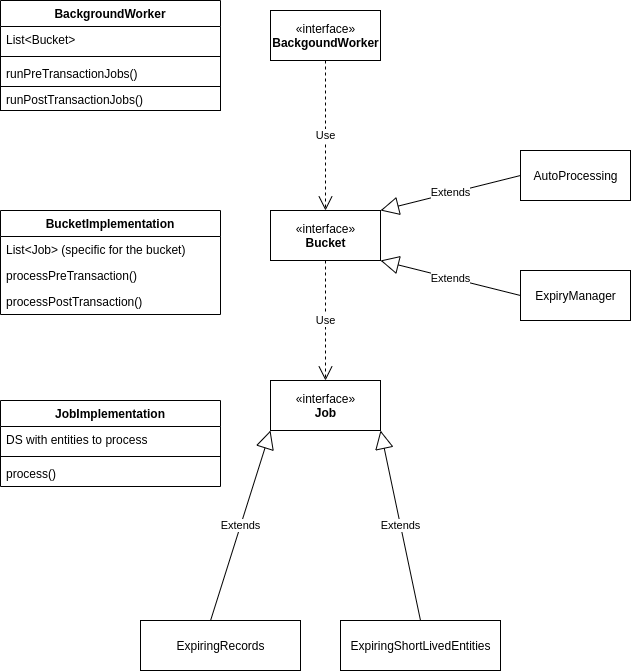
hashgraph/hedera-services keeps this draw.io diagram as docs/expiry-and-auto-renewal/images/expiry_uml.png. Above is the earlier version. Source tidied: cells renumbered, new cells last; positions are measured from the earlier drawing's top-left corner, leaving out a move shared by most shapes.
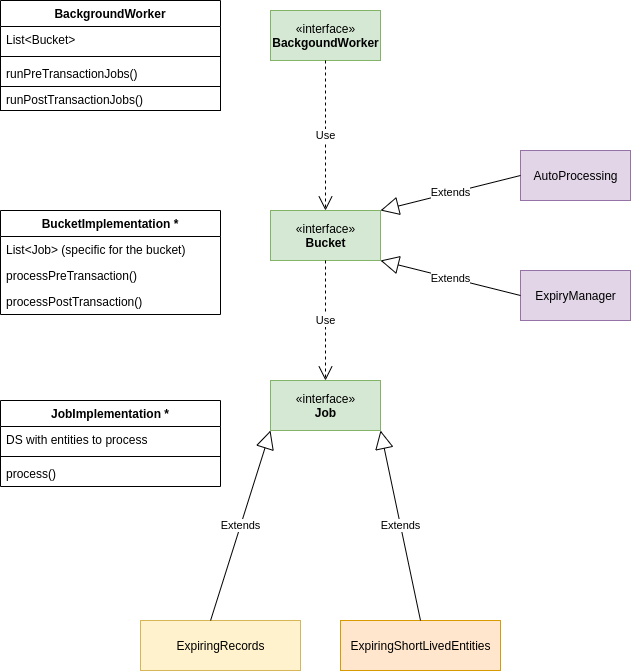
The same diagram one commit later.

What changed in the source:
```diff
@@ -2,19 +2,19 @@
   <root>
     <mxCell id="0" />
     <mxCell id="1" parent="0" />
-    <mxCell id="2" value="«interface»&lt;br&gt;&lt;b&gt;Job&lt;/b&gt;" style="html=1;" parent="1" vertex="1">
+    <mxCell id="2" value="«interface»&lt;br&gt;&lt;b&gt;Job&lt;/b&gt;" style="html=1;fillColor=#d5e8d4;strokeColor=#82b366;" parent="1" vertex="1">
       <mxGeometry x="270" y="380" width="110" height="50" as="geometry" />
     </mxCell>
-    <mxCell id="3" value="«interface»&lt;br&gt;&lt;b&gt;BackgoundWorker&lt;/b&gt;" style="html=1;" parent="1" vertex="1">
+    <mxCell id="3" value="«interface»&lt;br&gt;&lt;b&gt;BackgoundWorker&lt;/b&gt;" style="html=1;fillColor=#d5e8d4;strokeColor=#82b366;" parent="1" vertex="1">
       <mxGeometry x="270" y="10" width="110" height="50" as="geometry" />
     </mxCell>
-    <mxCell id="4" value="«interface»&lt;br&gt;&lt;b&gt;Bucket&lt;/b&gt;" style="html=1;" parent="1" vertex="1">
+    <mxCell id="4" value="«interface»&lt;br&gt;&lt;b&gt;Bucket&lt;/b&gt;" style="html=1;fillColor=#d5e8d4;strokeColor=#82b366;" parent="1" vertex="1">
       <mxGeometry x="270" y="210" width="110" height="50" as="geometry" />
     </mxCell>
-    <mxCell id="5" value="ExpiringRecords" style="html=1;" parent="1" vertex="1">
+    <mxCell id="5" value="ExpiringRecords" style="html=1;fillColor=#fff2cc;strokeColor=#d6b656;" parent="1" vertex="1">
       <mxGeometry x="140" y="620" width="160" height="50" as="geometry" />
     </mxCell>
-    <mxCell id="6" value="ExpiringShortLivedEntities" style="html=1;" parent="1" vertex="1">
+    <mxCell id="6" value="ExpiringShortLivedEntities" style="html=1;fillColor=#ffe6cc;strokeColor=#d79b00;" parent="1" vertex="1">
       <mxGeometry x="340" y="620" width="160" height="50" as="geometry" />
     </mxCell>
     <mxCell id="7" value="Extends" style="endArrow=block;endSize=16;endFill=0;html=1;exitX=0.438;exitY=0;exitDx=0;exitDy=0;exitPerimeter=0;entryX=0;entryY=1;entryDx=0;entryDy=0;" parent="1" edge="1" source="5" target="2">
@@ -23,10 +23,10 @@
     <mxCell id="8" value="Extends" style="endArrow=block;endSize=16;endFill=0;html=1;exitX=0.5;exitY=0;exitDx=0;exitDy=0;entryX=1;entryY=1;entryDx=0;entryDy=0;" parent="1" edge="1" source="6" target="2">
       <mxGeometry relative="1" as="geometry" />
     </mxCell>
-    <mxCell id="9" value="ExpiryManager" style="html=1;" parent="1" vertex="1">
+    <mxCell id="9" value="ExpiryManager" style="html=1;fillColor=#e1d5e7;strokeColor=#9673a6;" parent="1" vertex="1">
       <mxGeometry x="520" y="270" width="110" height="50" as="geometry" />
     </mxCell>
-    <mxCell id="10" value="AutoProcessing" style="html=1;" parent="1" vertex="1">
+    <mxCell id="10" value="AutoProcessing" style="html=1;fillColor=#e1d5e7;strokeColor=#9673a6;" parent="1" vertex="1">
       <mxGeometry x="520" y="150" width="110" height="50" as="geometry" />
     </mxCell>
     <mxCell id="11" value="Extends" style="endArrow=block;endSize=16;endFill=0;html=1;exitX=0;exitY=0.5;exitDx=0;exitDy=0;entryX=1;entryY=1;entryDx=0;entryDy=0;" parent="1" edge="1" source="9" target="4">
@@ -56,7 +56,7 @@
     <mxCell id="19" value="runPostTransactionJobs()" style="text;fillColor=none;align=left;verticalAlign=top;spacingLeft=4;spacingRight=4;overflow=hidden;strokeColor=#000000;" parent="1" vertex="1">
       <mxGeometry y="86" width="220" height="24" as="geometry" />
     </mxCell>
-    <mxCell id="20" value="BucketImplementation" style="swimlane;fontStyle=1;horizontal=1;startSize=26;fillColor=none;strokeColor=#000000;" parent="1" vertex="1">
+    <mxCell id="20" value="BucketImplementation *" style="swimlane;fontStyle=1;horizontal=1;startSize=26;fillColor=none;strokeColor=#000000;" parent="1" vertex="1">
       <mxGeometry y="210" width="220" height="104" as="geometry" />
     </mxCell>
     <mxCell id="21" value="List&lt;Job&gt; (specific for the bucket)" style="text;strokeColor=none;fillColor=none;align=left;verticalAlign=top;spacingLeft=4;spacingRight=4;overflow=hidden;" parent="20" vertex="1">
@@ -68,7 +68,7 @@
     <mxCell id="23" value="processPostTransaction()" style="text;strokeColor=none;fillColor=none;align=left;verticalAlign=top;spacingLeft=4;spacingRight=4;overflow=hidden;" parent="20" vertex="1">
       <mxGeometry y="78" width="220" height="26" as="geometry" />
     </mxCell>
-    <mxCell id="24" value="JobImplementation" style="swimlane;fontStyle=1;align=center;verticalAlign=top;horizontal=1;startSize=26;strokeColor=#000000;" parent="1" vertex="1">
+    <mxCell id="24" value="JobImplementation *" style="swimlane;fontStyle=1;align=center;verticalAlign=top;horizontal=1;startSize=26;strokeColor=#000000;" parent="1" vertex="1">
       <mxGeometry y="400" width="220" height="86" as="geometry" />
     </mxCell>
     <mxCell id="25" value="DS with entities to process" style="text;strokeColor=none;fillColor=none;align=left;verticalAlign=top;spacingLeft=4;spacingRight=4;overflow=hidden;" parent="24" vertex="1">
```
